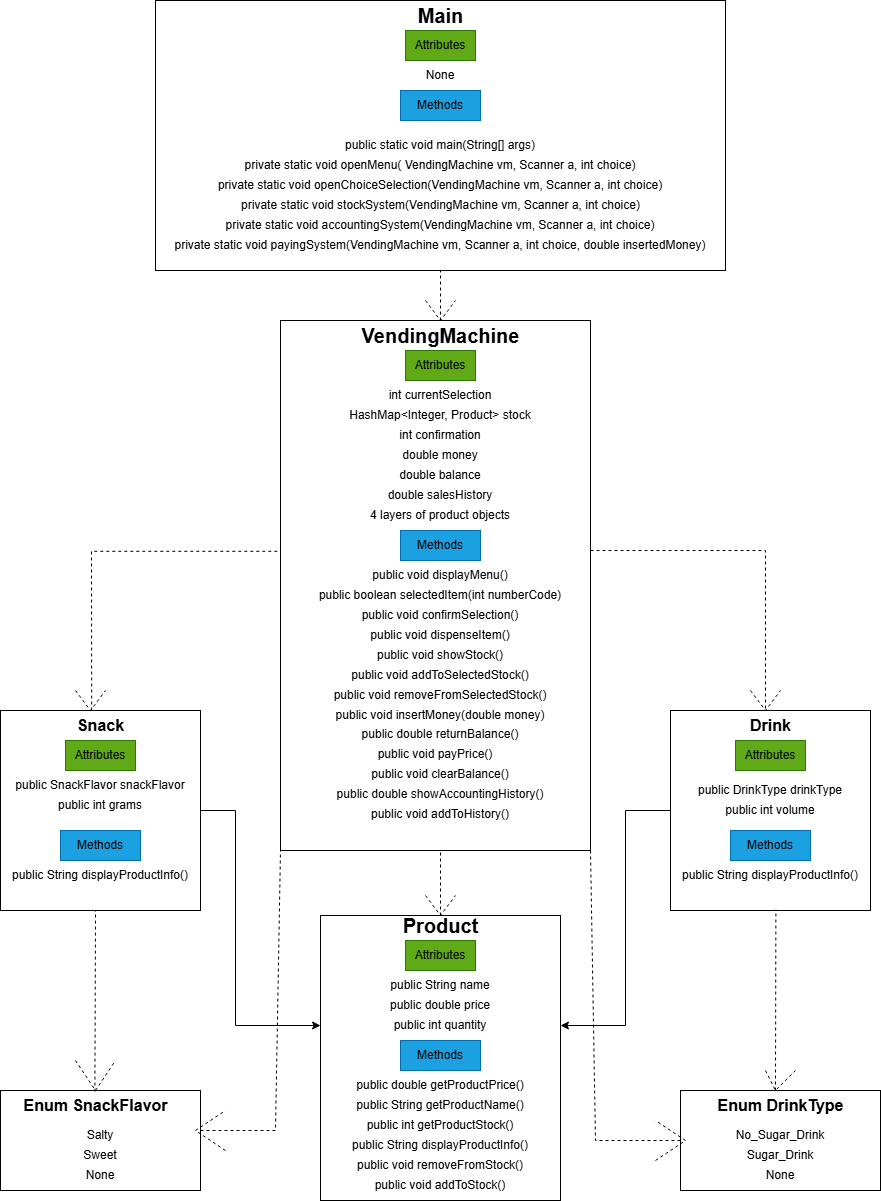
Baldified/UML keeps this draw.io diagram as UML.png. Above is the earlier version. Source tidied: cells renumbered, new cells last; positions are measured from the earlier drawing's top-left corner, leaving out a move shared by most shapes.
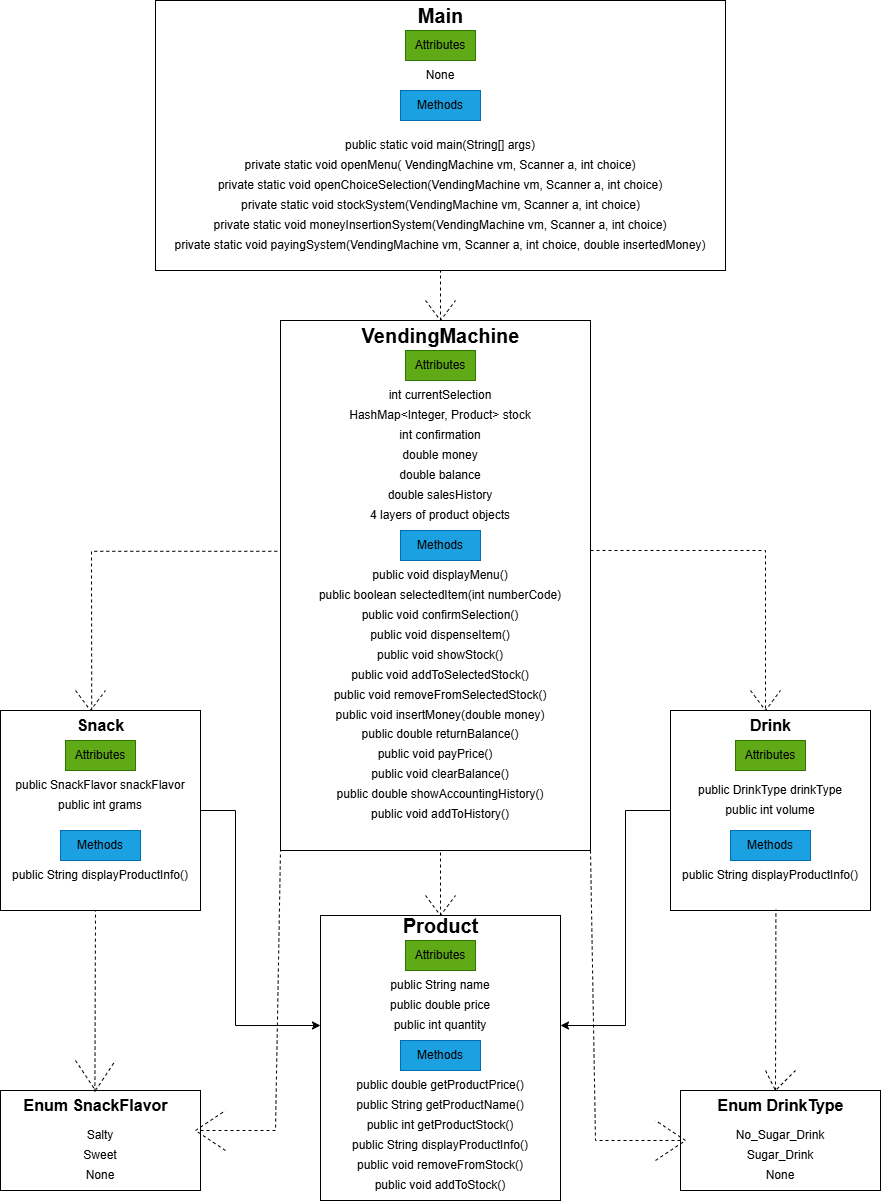
Later version of the same file.

Commit message:
changed a method name

The edit, as a diff of the source:
```diff
@@ -35,7 +35,7 @@
     <mxCell id="12" value="private static void openChoiceSelection(VendingMachine vm, Scanner a, int choice)" style="text;html=1;whiteSpace=wrap;strokeColor=none;fillColor=none;align=center;verticalAlign=middle;rounded=0;" parent="1" vertex="1">
       <mxGeometry x="160" y="170" width="560" height="30" as="geometry" />
     </mxCell>
-    <mxCell id="13" value="private static void accountingSystem(VendingMachine vm, Scanner a, int choice)" style="text;html=1;whiteSpace=wrap;strokeColor=none;fillColor=none;align=center;verticalAlign=middle;rounded=0;" parent="1" vertex="1">
+    <mxCell id="13" value="private static void moneyInsertionSystem(VendingMachine vm, Scanner a, int choice)" style="text;html=1;whiteSpace=wrap;strokeColor=none;fillColor=none;align=center;verticalAlign=middle;rounded=0;" parent="1" vertex="1">
       <mxGeometry x="130" y="210" width="620" height="30" as="geometry" />
     </mxCell>
     <mxCell id="14" value="private static void openMenu( VendingMachine vm, Scanner a, int choice)" style="text;html=1;whiteSpace=wrap;strokeColor=none;fillColor=none;align=center;verticalAlign=middle;rounded=0;" parent="1" vertex="1">
```
